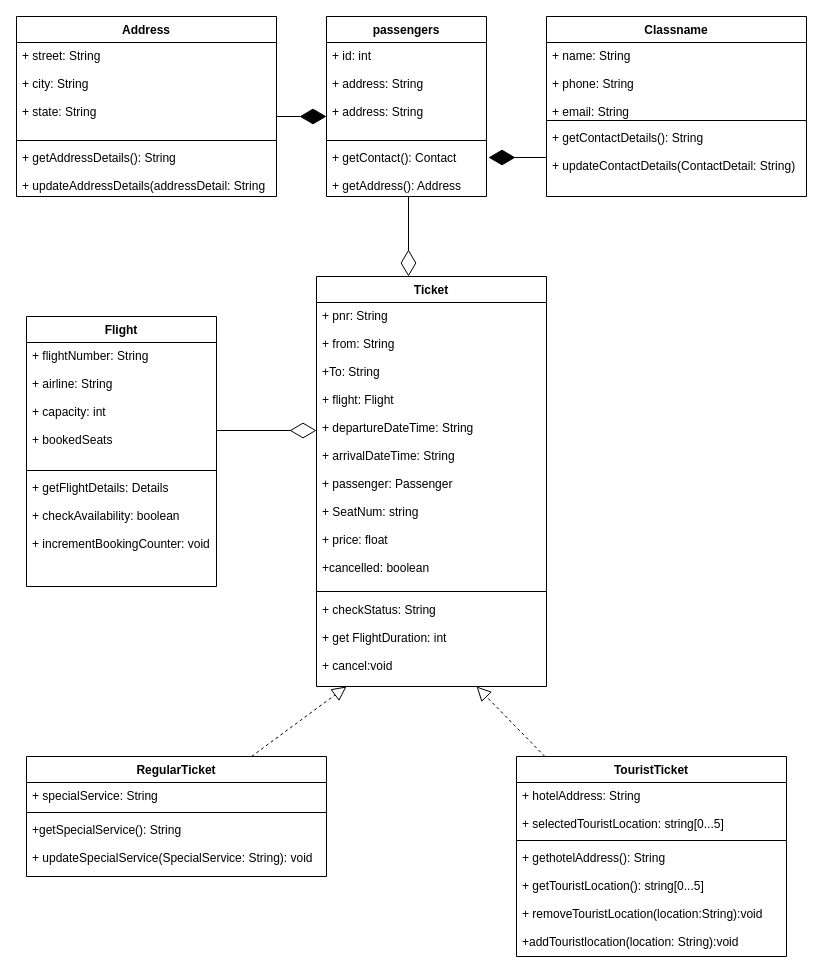
Before: Flight Reservation system.drawio in Ananthakrishnan784/FRS, a draw.io diagram. Source tidied: cells renumbered, new cells numbered last; positions are measured from the earlier drawing's top-left corner, leaving out a move shared by most shapes. Both pictures are drawn from the tidied source at 100%, with x=0, y=0 at pixel (16, 16).
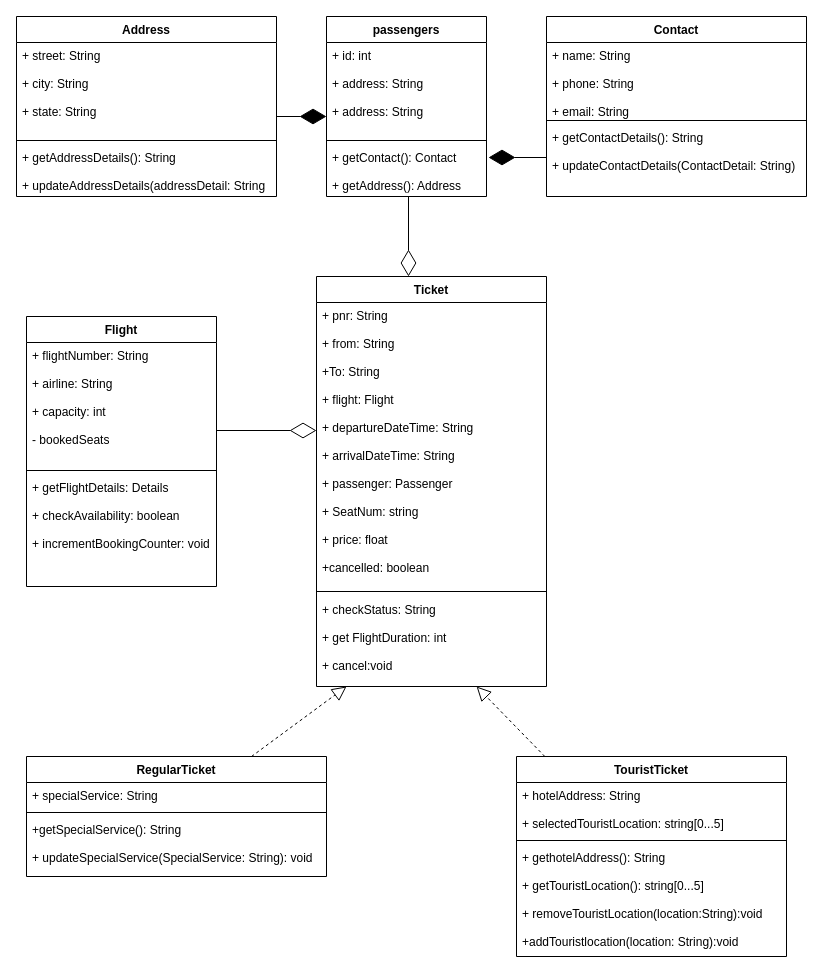
The same diagram, later.

Unchanged cells that the change refers to:
```xml
<mxCell id="14" value="Flight" style="swimlane;fontStyle=1;align=center;verticalAlign=top;horizontal=1;startSize=26;" parent="1" vertex="1">
  <mxGeometry x="10" y="300" width="190" height="270" as="geometry" />
</mxCell>
```

Diff of the diagram source:
```diff
@@
-    <mxCell id="15" value="+ flightNumber: String&#10;&#10;+ airline: String&#10;&#10;+ capacity: int&#10;&#10;+ bookedSeats" style="text;strokeColor=none;fillColor=none;align=left;verticalAlign=top;spacingLeft=4;spacingRight=4;overflow=hidden;" parent="14" vertex="1">
+    <mxCell id="15" value="+ flightNumber: String&#10;&#10;+ airline: String&#10;&#10;+ capacity: int&#10;&#10;- bookedSeats" style="text;strokeColor=none;fillColor=none;align=left;verticalAlign=top;spacingLeft=4;spacingRight=4;overflow=hidden;" parent="14" vertex="1">
       <mxGeometry y="26" width="190" height="124" as="geometry" />
     </mxCell>
@@
-    <mxCell id="26" value="Classname" style="swimlane;fontStyle=1;align=center;verticalAlign=top;horizontal=1;startSize=26;" parent="1" vertex="1">
+    <mxCell id="26" value="Contact" style="swimlane;fontStyle=1;align=center;verticalAlign=top;horizontal=1;startSize=26;" parent="1" vertex="1">
       <mxGeometry x="530" width="260" height="180" as="geometry" />
     </mxCell>
```
